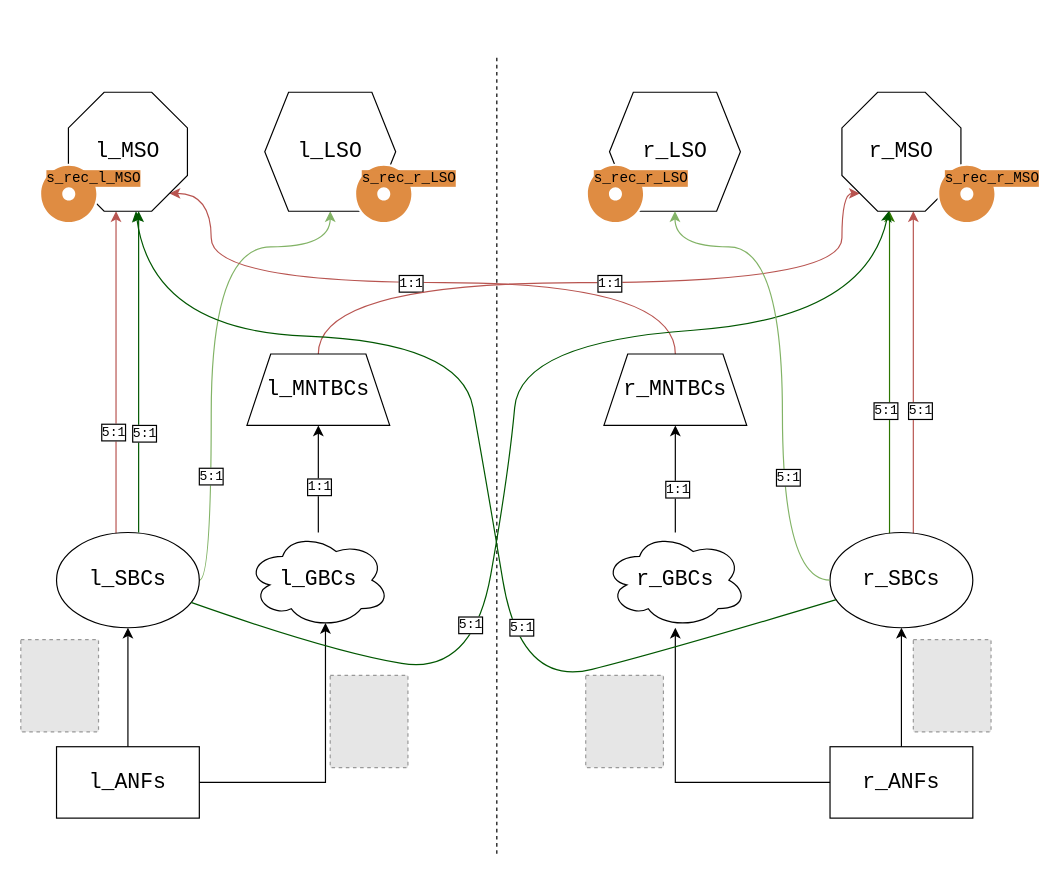
Before: docs/net_struct.drawio in pollomarzo/polithesis, a draw.io diagram. Source tidied: cells renumbered, new cells numbered last; positions are measured from the earlier drawing's top-left corner, leaving out a move shared by most shapes. Both pictures are drawn from the tidied source at 119%, with x=0, y=0 at pixel (20, 20). Pictures stored in the file or linked from it are replaced by grey dashed boxes.
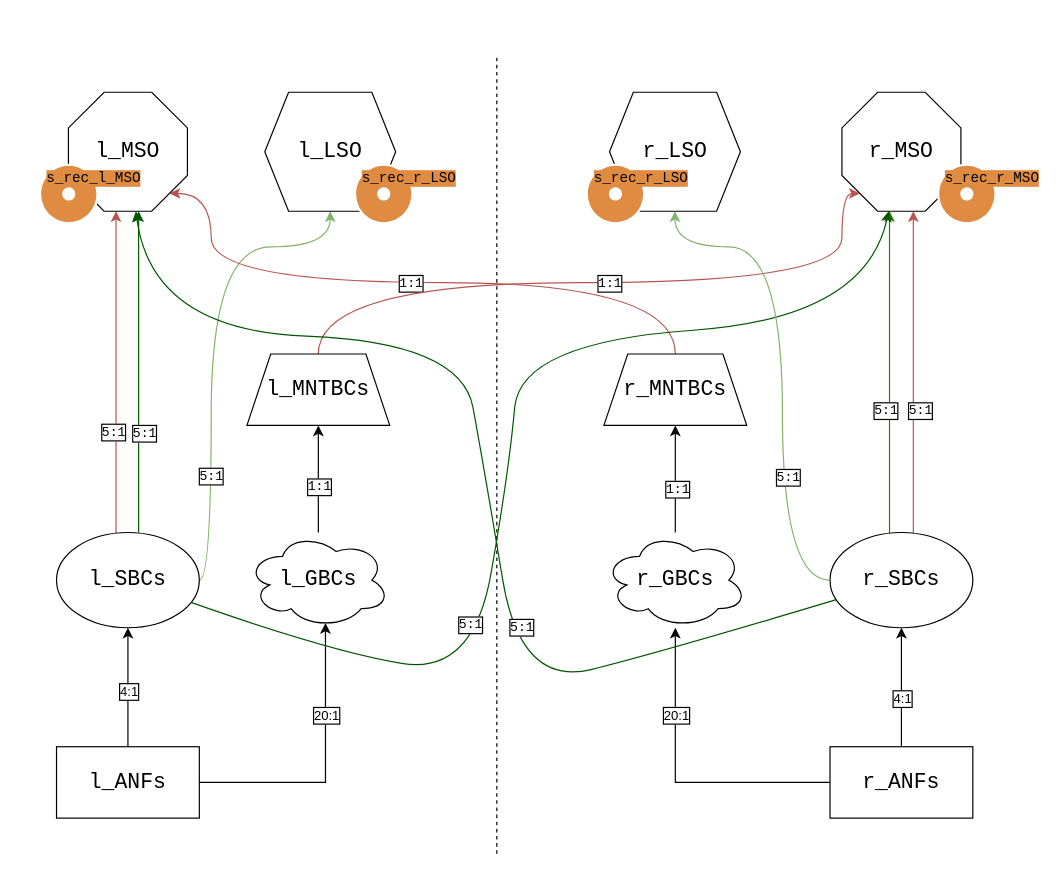
The same page after the edit.

Unchanged cells that the change refers to:
```xml
<mxCell id="2" style="edgeStyle=orthogonalEdgeStyle;rounded=0;jettySize=auto;html=1;fontFamily=Courier New;" parent="1" edge="1" source="3" target="10">
  <mxGeometry relative="1" as="geometry" />
</mxCell>
<mxCell id="4" style="edgeStyle=orthogonalEdgeStyle;rounded=0;jettySize=auto;html=1;fontFamily=Courier New;" parent="1" edge="1" source="5" target="15">
  <mxGeometry relative="1" as="geometry" />
</mxCell>
<mxCell id="31" style="edgeStyle=orthogonalEdgeStyle;rounded=0;jettySize=auto;html=1;entryX=0.55;entryY=0.95;entryDx=0;entryDy=0;entryPerimeter=0;fontFamily=Courier New;" parent="1" edge="1" source="5" target="21">
  <mxGeometry relative="1" as="geometry" />
</mxCell>
<mxCell id="33" style="edgeStyle=orthogonalEdgeStyle;rounded=0;jettySize=auto;html=1;entryX=0.5;entryY=1;entryDx=0;entryDy=0;entryPerimeter=0;fontFamily=Courier New;" parent="1" edge="1" source="3" target="18">
  <mxGeometry relative="1" as="geometry" />
</mxCell>
```

The edit, as a diff of the source:
```diff
@@
+    <mxCell id="57" value="4:1" style="edgeLabel;html=1;align=center;verticalAlign=middle;labelBorderColor=default;" parent="2" vertex="1">
+      <mxGeometry x="-0.18" relative="1" as="geometry" />
+    </mxCell>
@@
+    <mxCell id="58" value="4:1" style="edgeLabel;html=1;align=center;verticalAlign=middle;labelBorderColor=default;" parent="4" vertex="1">
+      <mxGeometry x="-0.06" relative="1" as="geometry" />
+    </mxCell>
@@
-    <mxCell id="30" style="fillColor=#E6E6E6;strokeColor=#999999;dashed=1;verticalLabelPosition=bottom;labelBackgroundColor=default;verticalAlign=top;fontFamily=Courier New;" parent="1" vertex="1">
-      <mxGeometry y="520" width="65.3" height="77.5" as="geometry" />
-    </mxCell>
@@
-    <mxCell id="32" style="fillColor=#E6E6E6;strokeColor=#999999;dashed=1;verticalLabelPosition=bottom;labelBackgroundColor=default;verticalAlign=top;fontFamily=Courier New;" parent="1" vertex="1">
-      <mxGeometry x="260" y="550" width="65.3" height="77.5" as="geometry" />
-    </mxCell>
+    <mxCell id="59" value="20:1" style="edgeLabel;html=1;align=center;verticalAlign=middle;labelBorderColor=default;" parent="31" vertex="1">
+      <mxGeometry x="0.36" relative="1" as="geometry" />
+    </mxCell>
@@
-    <mxCell id="34" style="fillColor=#E6E6E6;strokeColor=#999999;dashed=1;verticalLabelPosition=bottom;labelBackgroundColor=default;verticalAlign=top;fontFamily=Courier New;" parent="1" vertex="1">
-      <mxGeometry x="474.7" y="550" width="65.3" height="77.5" as="geometry" />
-    </mxCell>
-    <mxCell id="35" style="fillColor=#E6E6E6;strokeColor=#999999;dashed=1;verticalLabelPosition=bottom;labelBackgroundColor=default;verticalAlign=top;fontFamily=Courier New;" parent="1" vertex="1">
-      <mxGeometry x="750" y="520" width="65.3" height="77.5" as="geometry" />
-    </mxCell>
+    <mxCell id="60" value="20:1" style="edgeLabel;html=1;align=center;verticalAlign=middle;labelBorderColor=default;" parent="33" vertex="1">
+      <mxGeometry x="0.44" relative="1" as="geometry" />
+    </mxCell>
```
